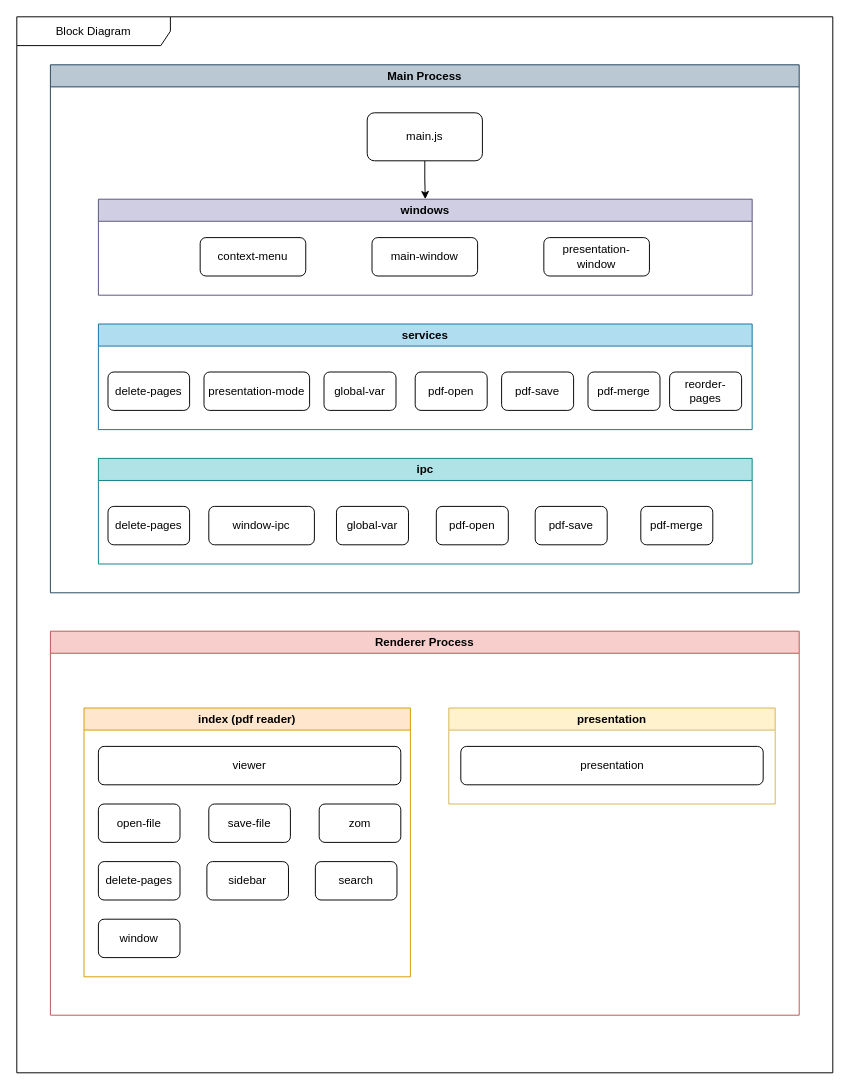
Mashtic/LectorPDFMinimalista keeps this draw.io diagram as docs/manual_tecnico/block_diagram/BlockDiagram.drawio. Above is the earlier version. Source tidied: cells renumbered, new cells numbered last; positions are measured from the earlier drawing's top-left corner, leaving out a move shared by most shapes. Both pictures are drawn from the tidied source at 96%, with x=0, y=0 at pixel (16, 16).
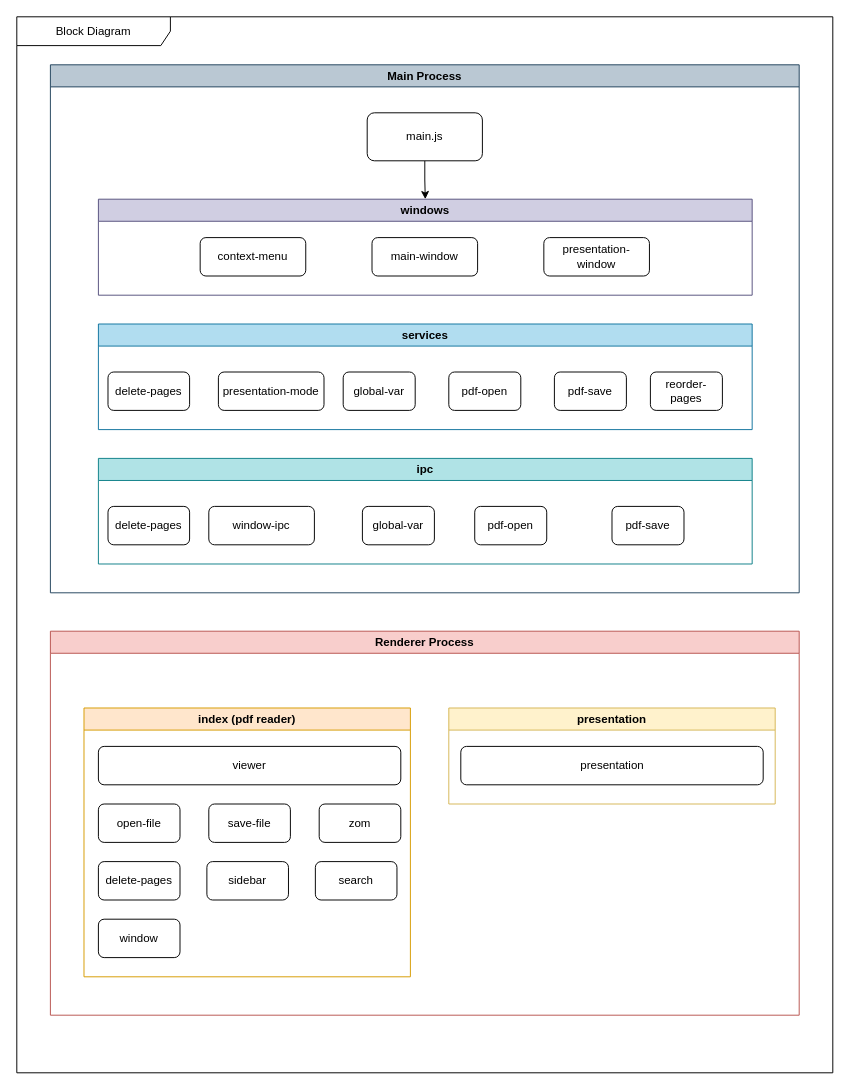
Above is the later version.

The change refers to these unchanged cells:
```xml
<mxCell id="6" value="services" style="swimlane;whiteSpace=wrap;html=1;startSize=23;fillColor=#b1ddf0;strokeColor=#10739e;" parent="3" vertex="1">
  <mxGeometry x="50" y="270" width="681" height="110" as="geometry" />
</mxCell>
<mxCell id="18" value="ipc" style="swimlane;whiteSpace=wrap;html=1;startSize=23;fillColor=#b0e3e6;strokeColor=#0e8088;" parent="3" vertex="1">
  <mxGeometry x="50" y="410" width="681" height="110" as="geometry" />
</mxCell>
```

Change to the diagram source:
```diff
@@
     <mxCell id="8" value="global-var" style="rounded=1;whiteSpace=wrap;html=1;" parent="6" vertex="1">
-      <mxGeometry x="235" y="50" width="75" height="40" as="geometry" />
+      <mxGeometry x="255" y="50" width="75" height="40" as="geometry" />
     </mxCell>
-    <mxCell id="9" value="pdf-merge" style="rounded=1;whiteSpace=wrap;html=1;" parent="6" vertex="1">
-      <mxGeometry x="510" y="50" width="75" height="40" as="geometry" />
-    </mxCell>
     <mxCell id="10" value="pdf-open" style="rounded=1;whiteSpace=wrap;html=1;" parent="6" vertex="1">
-      <mxGeometry x="330" y="50" width="75" height="40" as="geometry" />
+      <mxGeometry x="365" y="50" width="75" height="40" as="geometry" />
     </mxCell>
     <mxCell id="11" value="pdf-save" style="rounded=1;whiteSpace=wrap;html=1;" parent="6" vertex="1">
-      <mxGeometry x="420" y="50" width="75" height="40" as="geometry" />
+      <mxGeometry x="475" y="50" width="75" height="40" as="geometry" />
     </mxCell>
     <mxCell id="12" value="presentation-mode" style="rounded=1;whiteSpace=wrap;html=1;" parent="6" vertex="1">
-      <mxGeometry x="110" y="50" width="110" height="40" as="geometry" />
+      <mxGeometry x="125" y="50" width="110" height="40" as="geometry" />
     </mxCell>
     <mxCell id="13" value="reorder-pages" style="rounded=1;whiteSpace=wrap;html=1;" parent="6" vertex="1">
-      <mxGeometry x="595" y="50" width="75" height="40" as="geometry" />
+      <mxGeometry x="575" y="50" width="75" height="40" as="geometry" />
     </mxCell>
@@
     <mxCell id="20" value="global-var" style="rounded=1;whiteSpace=wrap;html=1;" parent="18" vertex="1">
-      <mxGeometry x="248" y="50" width="75" height="40" as="geometry" />
+      <mxGeometry x="275" y="50" width="75" height="40" as="geometry" />
     </mxCell>
-    <mxCell id="21" value="pdf-merge" style="rounded=1;whiteSpace=wrap;html=1;" parent="18" vertex="1">
-      <mxGeometry x="565" y="50" width="75" height="40" as="geometry" />
-    </mxCell>
     <mxCell id="22" value="pdf-open" style="rounded=1;whiteSpace=wrap;html=1;" parent="18" vertex="1">
-      <mxGeometry x="352" y="50" width="75" height="40" as="geometry" />
+      <mxGeometry x="392" y="50" width="75" height="40" as="geometry" />
     </mxCell>
     <mxCell id="23" value="pdf-save" style="rounded=1;whiteSpace=wrap;html=1;" parent="18" vertex="1">
-      <mxGeometry x="455" y="50" width="75" height="40" as="geometry" />
+      <mxGeometry x="535" y="50" width="75" height="40" as="geometry" />
     </mxCell>
```
